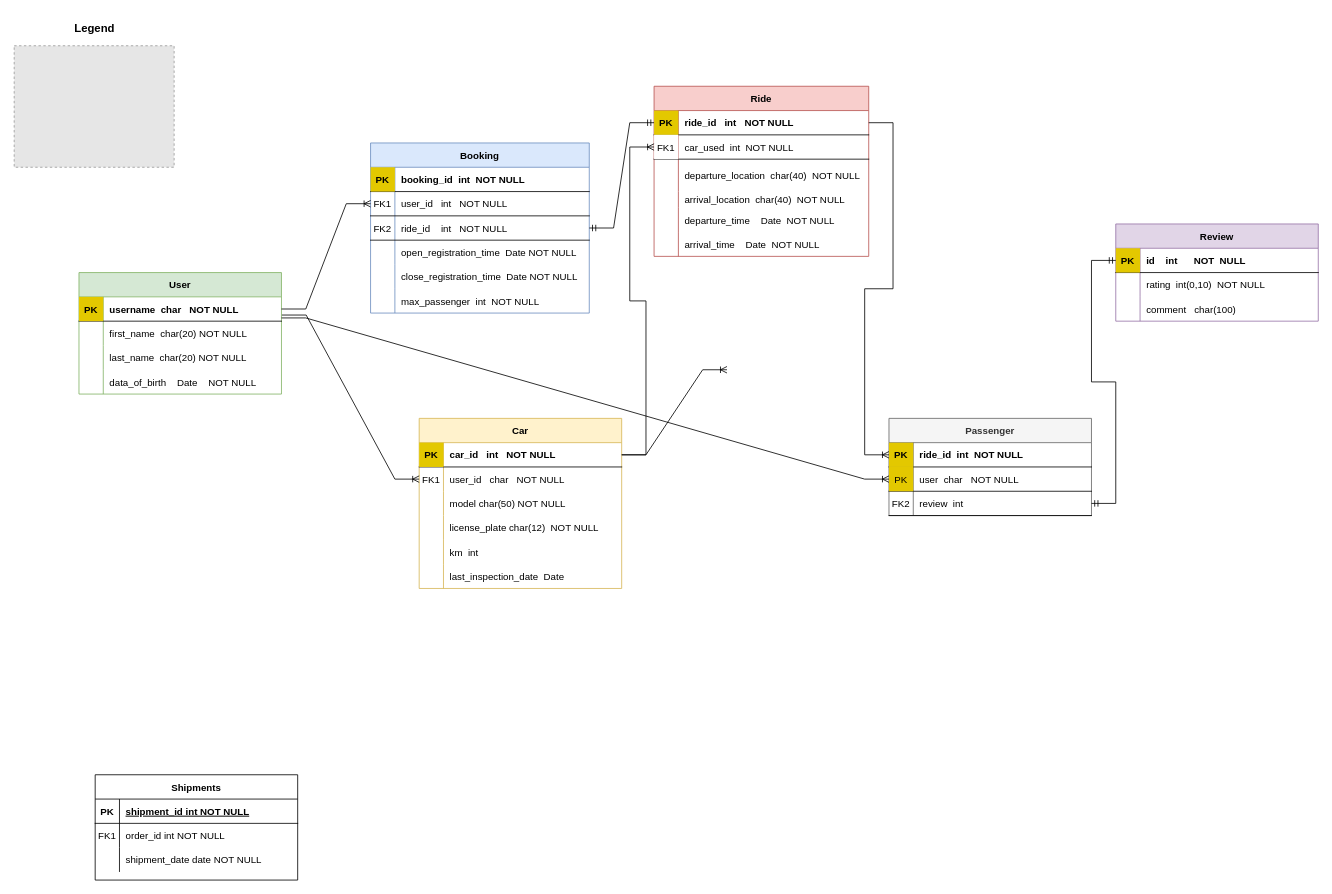
lucaAnza/CarPooling_website keeps this draw.io diagram as img/database_er.drawio. Above is the earlier version. Source tidied: cells renumbered, new cells numbered last; positions are measured from the earlier drawing's top-left corner, leaving out a move shared by most shapes. Both pictures are drawn from the tidied source at 81%, with x=0, y=0 at pixel (14, 21). Pictures stored in the file or linked from it are replaced by grey dashed boxes.
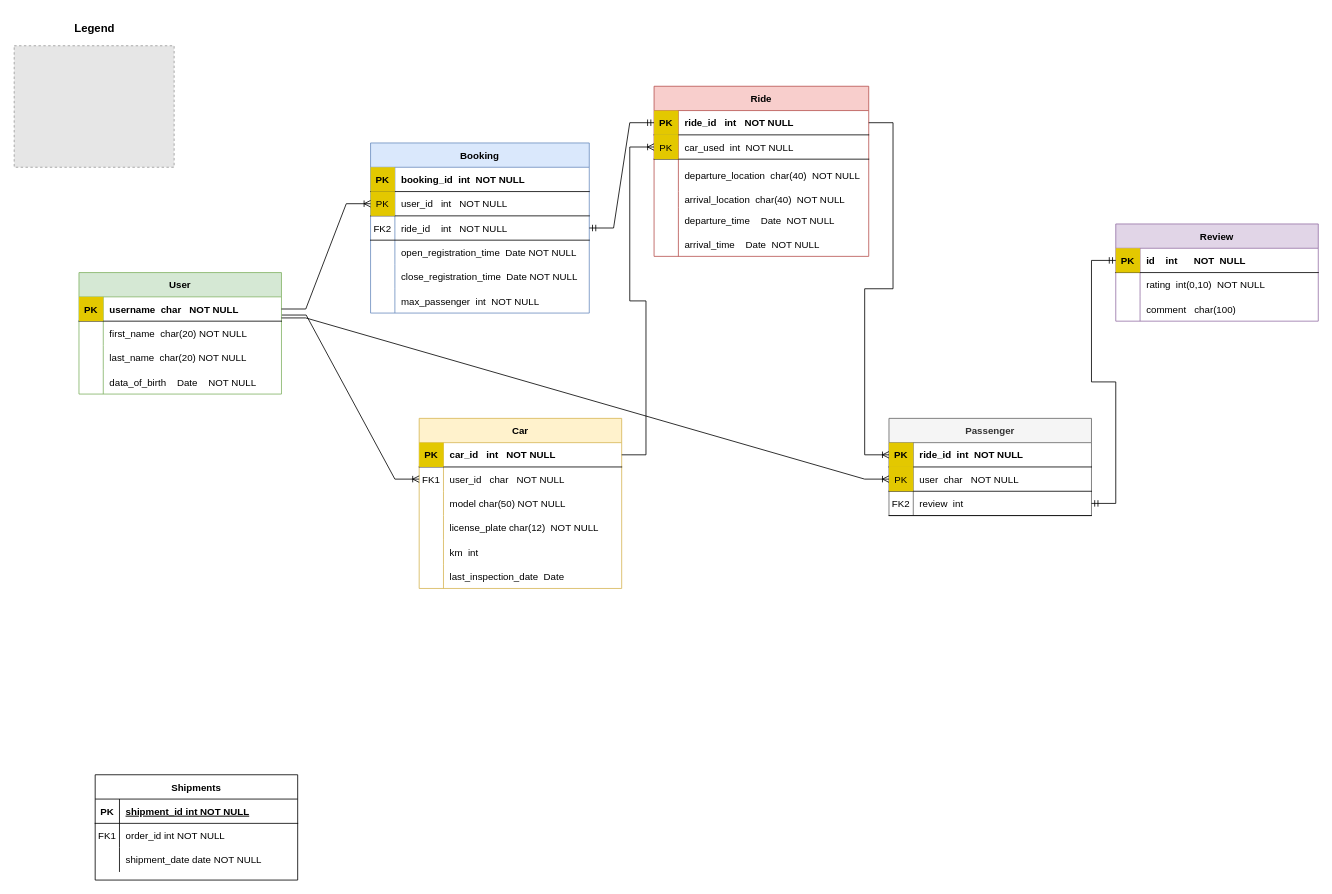
The same page after the edit.

Commit message (it also covers changes not shown here):
Changes on Database - Ride(key)

Unchanged cells that the change refers to:
```xml
<mxCell id="19" style="shape=partialRectangle;fillColor=none;points=[[0,0.5],[1,0.5]];portConstraint=eastwest;top=0;left=0;right=0;bottom=1;" parent="15" vertex="1">
  <mxGeometry y="60" width="265" height="30" as="geometry" />
</mxCell>
<mxCell id="90" style="shape=partialRectangle;fillColor=none;points=[[0,0.5],[1,0.5]];portConstraint=eastwest;top=0;left=0;right=0;bottom=1;" parent="86" vertex="1">
  <mxGeometry y="60" width="270" height="30" as="geometry" />
</mxCell>
```

The edit, as a diff of the source:
```diff
@@
-    <mxCell id="20" value="FK1" style="shape=partialRectangle;overflow=hidden;top=0;left=0;bottom=0;right=0;fontStyle=0;" parent="19" vertex="1">
+    <mxCell id="20" value="PK" style="shape=partialRectangle;overflow=hidden;top=0;left=0;bottom=0;right=0;fontStyle=0;fillColor=#E3C800;" parent="19" vertex="1">
       <mxGeometry width="30" height="30" as="geometry" />
     </mxCell>
@@
-    <mxCell id="91" value="FK1" style="shape=partialRectangle;overflow=hidden;fillColor=none;top=0;left=0;bottom=0;right=0;fontStyle=0;" parent="90" vertex="1">
+    <mxCell id="91" value="PK" style="shape=partialRectangle;overflow=hidden;fillColor=#E3C800;top=0;left=0;bottom=0;right=0;fontStyle=0;strokeColor=#b85450;" parent="90" vertex="1">
       <mxGeometry width="30" height="30" as="geometry" />
     </mxCell>
@@
-    <mxCell id="109" style="edgeStyle=entityRelationEdgeStyle;fontSize=12;html=1;endArrow=ERoneToMany;rounded=0;entryX=1;entryY=0.5;entryDx=0;entryDy=0;" parent="1" edge="1">
-      <mxGeometry relative="1" as="geometry">
-        <mxPoint x="750" y="535" as="sourcePoint" />
-        <mxPoint x="880" y="430" as="targetPoint" />
-        <Array as="points">
-          <mxPoint x="460" y="440" />
-          <mxPoint x="740" y="470" />
-        </Array>
-      </mxGeometry>
-    </mxCell>
```
